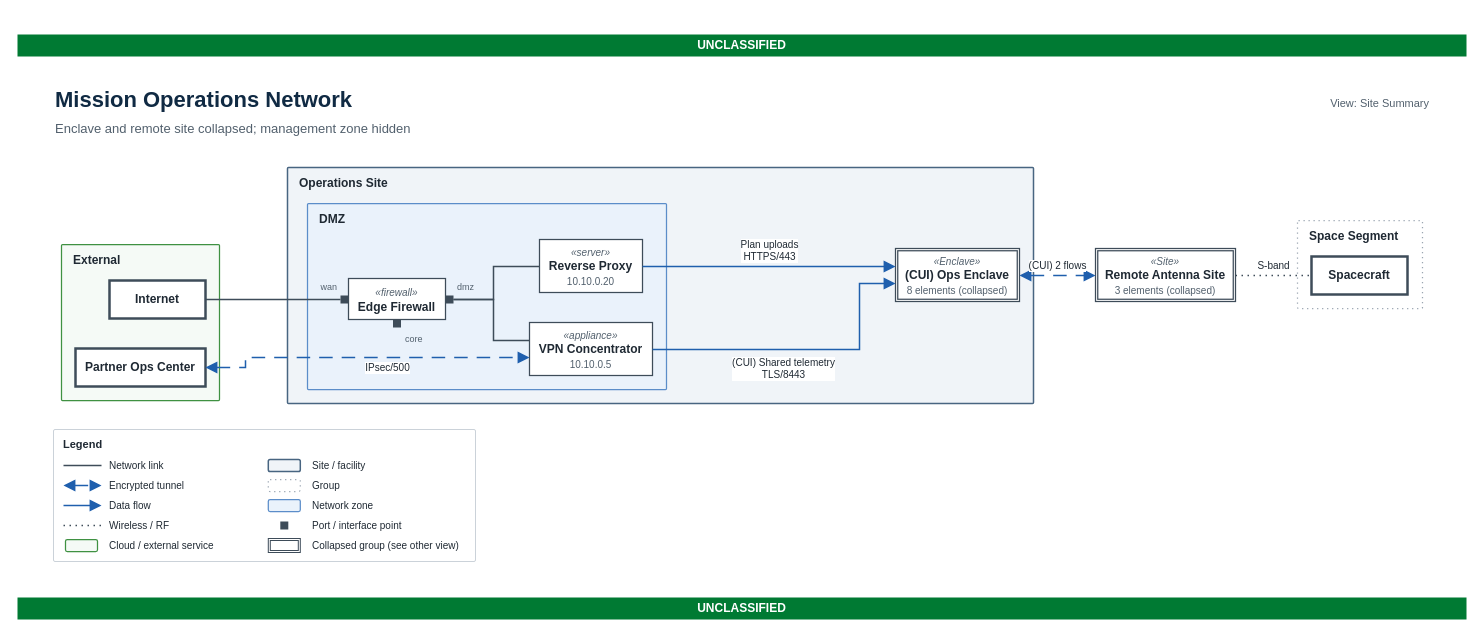
The draw.io diagram page "Site Summary" (2 of 2) of examples/mission_ops_network.drawio in jdlongmire/technical-architecture-diagram, before the edit. Source tidied: cells renumbered, new cells numbered last; positions are measured from the earlier drawing's top-left corner, leaving out a move shared by most shapes. Both pictures are drawn from the tidied source at 100%, with x=0, y=0 at pixel (17, 34).
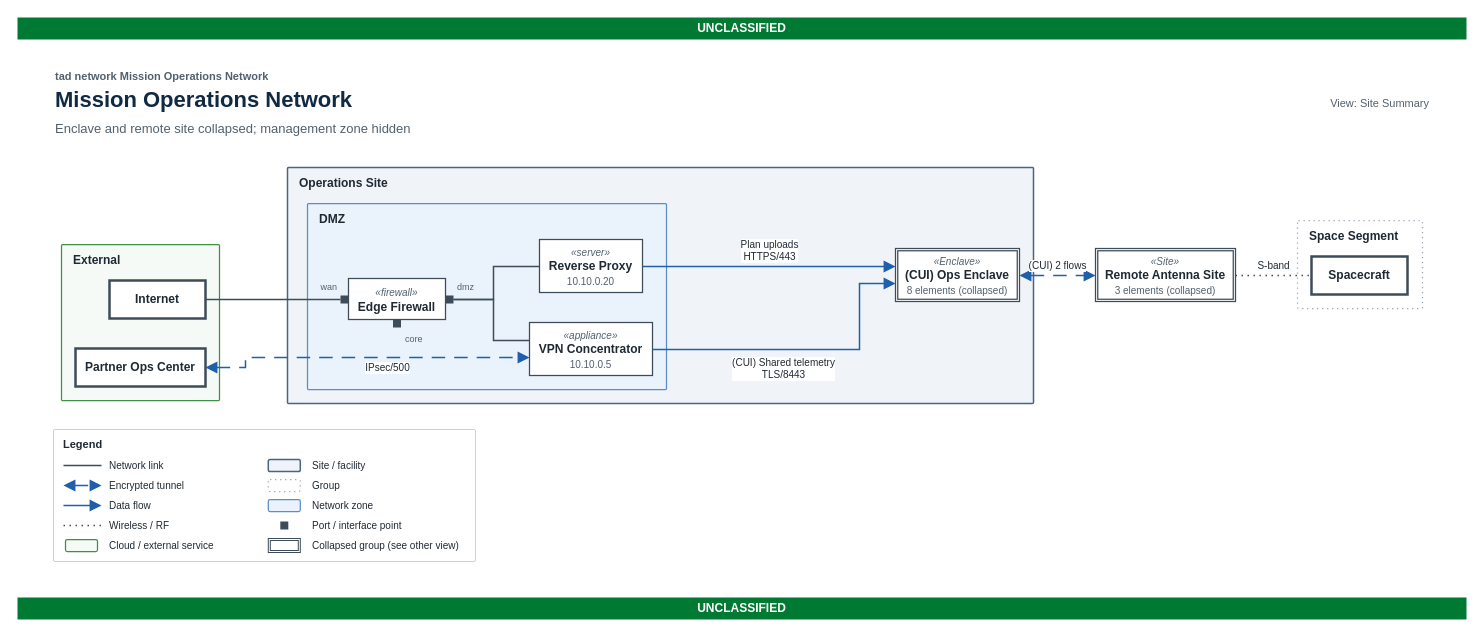
The same diagram, later.

What changed in the source:
```diff
@@
     <mxCell id="2" value="UNCLASSIFIED" style="rounded=0;html=1;whiteSpace=wrap;fillColor=#007A33;strokeColor=none;fontColor=#FFFFFF;fontStyle=1;fontSize=12;fontFamily=Helvetica;align=center;verticalAlign=middle;" parent="1" vertex="1">
-      <mxGeometry width="1449" height="22" as="geometry" />
+      <mxGeometry y="-17" width="1449" height="22" as="geometry" />
     </mxCell>
@@
+    <mxCell id="51" value="tad network Mission Operations Network" style="text;html=1;align=left;verticalAlign=top;fontSize=11;fontStyle=1;fontFamily=Helvetica;fontColor=#52606D;whiteSpace=nowrap;" parent="1" vertex="1">
+      <mxGeometry x="36" y="29" width="555.7" height="15" as="geometry" />
+    </mxCell>
```
